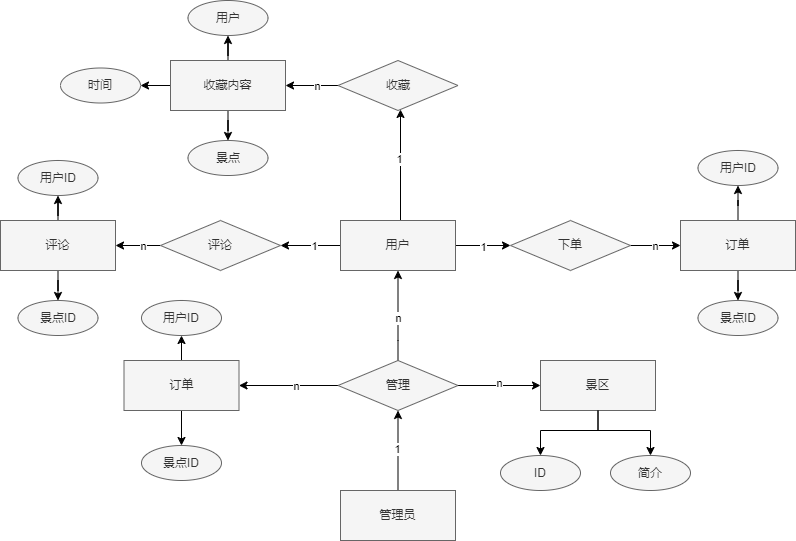
ren9901/tourism-j2ee-wx keeps this draw.io diagram as sql/系统er图.drawio.png. Above is the earlier version. Source tidied: cells renumbered, new cells last; positions are measured from the earlier drawing's top-left corner, leaving out a move shared by most shapes. Its diagram source:
```xml
<mxGraphModel>
  <root>
    <mxCell id="0" />
    <mxCell id="1" parent="0" />
    <mxCell id="2" style="edgeStyle=orthogonalEdgeStyle;rounded=0;jettySize=auto;html=1;" parent="1" edge="1" source="8" target="21">
      <mxGeometry relative="1" as="geometry" />
    </mxCell>
    <mxCell id="3" value="1" style="edgeLabel;html=1;align=center;verticalAlign=middle;" parent="2" vertex="1">
      <mxGeometry x="-0.1" y="3" relative="1" as="geometry">
        <mxPoint y="-3" as="offset" />
      </mxGeometry>
    </mxCell>
    <mxCell id="4" style="edgeStyle=orthogonalEdgeStyle;rounded=0;jettySize=auto;html=1;" parent="1" edge="1" source="8" target="29">
      <mxGeometry relative="1" as="geometry">
        <Array as="points">
          <mxPoint x="400" y="160" />
          <mxPoint x="400" y="160" />
        </Array>
      </mxGeometry>
    </mxCell>
    <mxCell id="5" value="1" style="edgeLabel;html=1;align=center;verticalAlign=middle;" parent="4" vertex="1">
      <mxGeometry x="0.08" y="-3" relative="1" as="geometry">
        <mxPoint x="-5" y="-2" as="offset" />
      </mxGeometry>
    </mxCell>
    <mxCell id="6" style="edgeStyle=orthogonalEdgeStyle;rounded=0;jettySize=auto;html=1;" parent="1" edge="1" source="8" target="39">
      <mxGeometry relative="1" as="geometry" />
    </mxCell>
    <mxCell id="7" value="1" style="edgeLabel;html=1;align=center;verticalAlign=middle;" parent="6" vertex="1">
      <mxGeometry x="-0.02" y="-1" relative="1" as="geometry" />
    </mxCell>
    <mxCell id="8" value="用户" style="rounded=0;whiteSpace=wrap;html=1;fillColor=#f5f5f5;fontColor=#333333;strokeColor=#666666;" parent="1" vertex="1">
      <mxGeometry x="340" y="220" width="115" height="50" as="geometry" />
    </mxCell>
    <mxCell id="9" style="edgeStyle=orthogonalEdgeStyle;rounded=0;jettySize=auto;html=1;" parent="1" edge="1" source="11" target="18">
      <mxGeometry relative="1" as="geometry" />
    </mxCell>
    <mxCell id="10" value="1" style="edgeLabel;html=1;align=center;verticalAlign=middle;" parent="9" vertex="1">
      <mxGeometry x="0.04" y="2" relative="1" as="geometry">
        <mxPoint x="1" as="offset" />
      </mxGeometry>
    </mxCell>
    <mxCell id="11" value="管理员" style="rounded=0;whiteSpace=wrap;html=1;fillColor=#f5f5f5;fontColor=#333333;strokeColor=#666666;" parent="1" vertex="1">
      <mxGeometry x="340" y="490" width="115" height="50" as="geometry" />
    </mxCell>
    <mxCell id="12" style="edgeStyle=orthogonalEdgeStyle;rounded=0;jettySize=auto;html=1;" parent="1" edge="1" source="18" target="8">
      <mxGeometry relative="1" as="geometry">
        <Array as="points">
          <mxPoint x="398" y="340" />
          <mxPoint x="398" y="340" />
        </Array>
      </mxGeometry>
    </mxCell>
    <mxCell id="13" value="n" style="edgeLabel;html=1;align=center;verticalAlign=middle;" parent="12" vertex="1">
      <mxGeometry x="-0.05" y="-1" relative="1" as="geometry">
        <mxPoint x="-1" as="offset" />
      </mxGeometry>
    </mxCell>
    <mxCell id="14" style="edgeStyle=orthogonalEdgeStyle;rounded=0;jettySize=auto;html=1;" parent="1" edge="1" source="18" target="46">
      <mxGeometry relative="1" as="geometry" />
    </mxCell>
    <mxCell id="15" value="n" style="edgeLabel;html=1;align=center;verticalAlign=middle;" parent="14" vertex="1">
      <mxGeometry x="-0.02" y="3" relative="1" as="geometry">
        <mxPoint x="1" as="offset" />
      </mxGeometry>
    </mxCell>
    <mxCell id="16" style="edgeStyle=orthogonalEdgeStyle;rounded=0;jettySize=auto;html=1;" parent="1" edge="1" source="18" target="52">
      <mxGeometry relative="1" as="geometry" />
    </mxCell>
    <mxCell id="17" value="n" style="edgeLabel;html=1;align=center;verticalAlign=middle;" parent="16" vertex="1">
      <mxGeometry x="-0.14" relative="1" as="geometry">
        <mxPoint x="1" as="offset" />
      </mxGeometry>
    </mxCell>
    <mxCell id="18" value="管理" style="rhombus;whiteSpace=wrap;html=1;fillColor=#f5f5f5;fontColor=#333333;strokeColor=#666666;" parent="1" vertex="1">
      <mxGeometry x="337.5" y="360" width="120" height="50" as="geometry" />
    </mxCell>
    <mxCell id="19" style="edgeStyle=orthogonalEdgeStyle;rounded=0;jettySize=auto;html=1;entryX=1;entryY=0.5;entryDx=0;entryDy=0;" parent="1" edge="1" source="21" target="24">
      <mxGeometry relative="1" as="geometry" />
    </mxCell>
    <mxCell id="20" value="n" style="edgeLabel;html=1;align=center;verticalAlign=middle;" parent="19" vertex="1">
      <mxGeometry x="-0.2" relative="1" as="geometry" />
    </mxCell>
    <mxCell id="21" value="评论" style="rhombus;whiteSpace=wrap;html=1;fillColor=#f5f5f5;fontColor=#333333;strokeColor=#666666;" parent="1" vertex="1">
      <mxGeometry x="160" y="220" width="120" height="50" as="geometry" />
    </mxCell>
    <mxCell id="22" style="edgeStyle=orthogonalEdgeStyle;rounded=0;jettySize=auto;html=1;" parent="1" edge="1" source="24" target="25">
      <mxGeometry relative="1" as="geometry" />
    </mxCell>
    <mxCell id="23" style="edgeStyle=orthogonalEdgeStyle;rounded=0;jettySize=auto;html=1;" parent="1" edge="1" source="24" target="26">
      <mxGeometry relative="1" as="geometry" />
    </mxCell>
    <mxCell id="24" value="评论" style="rounded=0;whiteSpace=wrap;html=1;fillColor=#f5f5f5;fontColor=#333333;strokeColor=#666666;" parent="1" vertex="1">
      <mxGeometry y="220" width="115" height="50" as="geometry" />
    </mxCell>
    <mxCell id="25" value="用户ID" style="ellipse;whiteSpace=wrap;html=1;fillColor=#f5f5f5;strokeColor=#666666;fontColor=#333333;rounded=0;" parent="1" vertex="1">
      <mxGeometry x="17.5" y="160" width="80" height="35" as="geometry" />
    </mxCell>
    <mxCell id="26" value="景点ID" style="ellipse;whiteSpace=wrap;html=1;fillColor=#f5f5f5;strokeColor=#666666;fontColor=#333333;rounded=0;" parent="1" vertex="1">
      <mxGeometry x="17.5" y="300" width="80" height="35" as="geometry" />
    </mxCell>
    <mxCell id="27" style="edgeStyle=orthogonalEdgeStyle;rounded=0;jettySize=auto;html=1;entryX=1;entryY=0.5;entryDx=0;entryDy=0;" parent="1" edge="1" source="29" target="33">
      <mxGeometry relative="1" as="geometry" />
    </mxCell>
    <mxCell id="28" value="n" style="edgeLabel;html=1;align=center;verticalAlign=middle;" parent="27" vertex="1">
      <mxGeometry x="-0.2" relative="1" as="geometry" />
    </mxCell>
    <mxCell id="29" value="收藏" style="rhombus;whiteSpace=wrap;html=1;fillColor=#f5f5f5;fontColor=#333333;strokeColor=#666666;" parent="1" vertex="1">
      <mxGeometry x="337.5" y="60" width="120" height="50" as="geometry" />
    </mxCell>
    <mxCell id="30" style="edgeStyle=orthogonalEdgeStyle;rounded=0;jettySize=auto;html=1;" parent="1" edge="1" source="33" target="34">
      <mxGeometry relative="1" as="geometry" />
    </mxCell>
    <mxCell id="31" style="edgeStyle=orthogonalEdgeStyle;rounded=0;jettySize=auto;html=1;" parent="1" edge="1" source="33" target="35">
      <mxGeometry relative="1" as="geometry" />
    </mxCell>
    <mxCell id="32" style="edgeStyle=orthogonalEdgeStyle;rounded=0;jettySize=auto;html=1;" parent="1" edge="1" source="33" target="36">
      <mxGeometry relative="1" as="geometry" />
    </mxCell>
    <mxCell id="33" value="收藏内容" style="rounded=0;whiteSpace=wrap;html=1;fillColor=#f5f5f5;fontColor=#333333;strokeColor=#666666;" parent="1" vertex="1">
      <mxGeometry x="170" y="60" width="115" height="50" as="geometry" />
    </mxCell>
    <mxCell id="34" value="用户" style="ellipse;whiteSpace=wrap;html=1;fillColor=#f5f5f5;strokeColor=#666666;fontColor=#333333;rounded=0;" parent="1" vertex="1">
      <mxGeometry x="187.5" width="80" height="35" as="geometry" />
    </mxCell>
    <mxCell id="35" value="景点" style="ellipse;whiteSpace=wrap;html=1;fillColor=#f5f5f5;strokeColor=#666666;fontColor=#333333;rounded=0;" parent="1" vertex="1">
      <mxGeometry x="187.5" y="140" width="80" height="35" as="geometry" />
    </mxCell>
    <mxCell id="36" value="时间" style="ellipse;whiteSpace=wrap;html=1;fillColor=#f5f5f5;strokeColor=#666666;fontColor=#333333;rounded=0;" parent="1" vertex="1">
      <mxGeometry x="60" y="67.5" width="80" height="35" as="geometry" />
    </mxCell>
    <mxCell id="37" style="edgeStyle=orthogonalEdgeStyle;rounded=0;jettySize=auto;html=1;" parent="1" edge="1" source="39" target="42">
      <mxGeometry relative="1" as="geometry" />
    </mxCell>
    <mxCell id="38" value="n" style="edgeLabel;html=1;align=center;verticalAlign=middle;" parent="37" vertex="1">
      <mxGeometry x="-0.05" relative="1" as="geometry" />
    </mxCell>
    <mxCell id="39" value="下单" style="rhombus;whiteSpace=wrap;html=1;fillColor=#f5f5f5;fontColor=#333333;strokeColor=#666666;" parent="1" vertex="1">
      <mxGeometry x="510" y="220" width="120" height="50" as="geometry" />
    </mxCell>
    <mxCell id="40" style="edgeStyle=orthogonalEdgeStyle;rounded=0;jettySize=auto;html=1;" parent="1" edge="1" source="42" target="43">
      <mxGeometry relative="1" as="geometry" />
    </mxCell>
    <mxCell id="41" style="edgeStyle=orthogonalEdgeStyle;rounded=0;jettySize=auto;html=1;" parent="1" edge="1" source="42" target="44">
      <mxGeometry relative="1" as="geometry" />
    </mxCell>
    <mxCell id="42" value="订单" style="rounded=0;whiteSpace=wrap;html=1;fillColor=#f5f5f5;fontColor=#333333;strokeColor=#666666;" parent="1" vertex="1">
      <mxGeometry x="680" y="220" width="115" height="50" as="geometry" />
    </mxCell>
    <mxCell id="43" value="用户ID" style="ellipse;whiteSpace=wrap;html=1;fillColor=#f5f5f5;strokeColor=#666666;fontColor=#333333;rounded=0;" parent="1" vertex="1">
      <mxGeometry x="697.5" y="150" width="80" height="35" as="geometry" />
    </mxCell>
    <mxCell id="44" value="景点ID" style="ellipse;whiteSpace=wrap;html=1;fillColor=#f5f5f5;strokeColor=#666666;fontColor=#333333;rounded=0;" parent="1" vertex="1">
      <mxGeometry x="697.5" y="300" width="80" height="35" as="geometry" />
    </mxCell>
    <mxCell id="45" style="edgeStyle=orthogonalEdgeStyle;rounded=0;jettySize=auto;html=1;entryX=0.5;entryY=0;entryDx=0;entryDy=0;" parent="1" edge="1" source="46" target="47">
      <mxGeometry relative="1" as="geometry">
        <Array as="points">
          <mxPoint x="598" y="430" />
          <mxPoint x="540" y="430" />
        </Array>
      </mxGeometry>
    </mxCell>
    <mxCell id="46" value="景区" style="rounded=0;whiteSpace=wrap;html=1;fillColor=#f5f5f5;fontColor=#333333;strokeColor=#666666;" parent="1" vertex="1">
      <mxGeometry x="540" y="360" width="115" height="50" as="geometry" />
    </mxCell>
    <mxCell id="47" value="ID" style="ellipse;whiteSpace=wrap;html=1;fillColor=#f5f5f5;strokeColor=#666666;fontColor=#333333;rounded=0;" parent="1" vertex="1">
      <mxGeometry x="500" y="455" width="80" height="35" as="geometry" />
    </mxCell>
    <mxCell id="48" value="简介" style="ellipse;whiteSpace=wrap;html=1;fillColor=#f5f5f5;strokeColor=#666666;fontColor=#333333;rounded=0;" parent="1" vertex="1">
      <mxGeometry x="610" y="455" width="80" height="35" as="geometry" />
    </mxCell>
    <mxCell id="49" style="edgeStyle=orthogonalEdgeStyle;rounded=0;jettySize=auto;html=1;entryX=0.5;entryY=0;entryDx=0;entryDy=0;exitX=0.5;exitY=1;exitDx=0;exitDy=0;" parent="1" edge="1" source="46" target="48">
      <mxGeometry relative="1" as="geometry">
        <Array as="points">
          <mxPoint x="598" y="430" />
          <mxPoint x="650" y="430" />
        </Array>
      </mxGeometry>
    </mxCell>
    <mxCell id="50" style="edgeStyle=orthogonalEdgeStyle;rounded=0;jettySize=auto;html=1;" parent="1" edge="1" source="52" target="53">
      <mxGeometry relative="1" as="geometry" />
    </mxCell>
    <mxCell id="51" style="edgeStyle=orthogonalEdgeStyle;rounded=0;jettySize=auto;html=1;" parent="1" edge="1" source="52" target="54">
      <mxGeometry relative="1" as="geometry" />
    </mxCell>
    <mxCell id="52" value="订单" style="rounded=0;whiteSpace=wrap;html=1;fillColor=#f5f5f5;fontColor=#333333;strokeColor=#666666;" parent="1" vertex="1">
      <mxGeometry x="123.5" y="360" width="115" height="50" as="geometry" />
    </mxCell>
    <mxCell id="53" value="用户ID" style="ellipse;whiteSpace=wrap;html=1;fillColor=#f5f5f5;strokeColor=#666666;fontColor=#333333;rounded=0;" parent="1" vertex="1">
      <mxGeometry x="141" y="300" width="80" height="35" as="geometry" />
    </mxCell>
    <mxCell id="54" value="景点ID" style="ellipse;whiteSpace=wrap;html=1;fillColor=#f5f5f5;strokeColor=#666666;fontColor=#333333;rounded=0;" parent="1" vertex="1">
      <mxGeometry x="141" y="445" width="80" height="35" as="geometry" />
    </mxCell>
  </root>
</mxGraphModel>
```
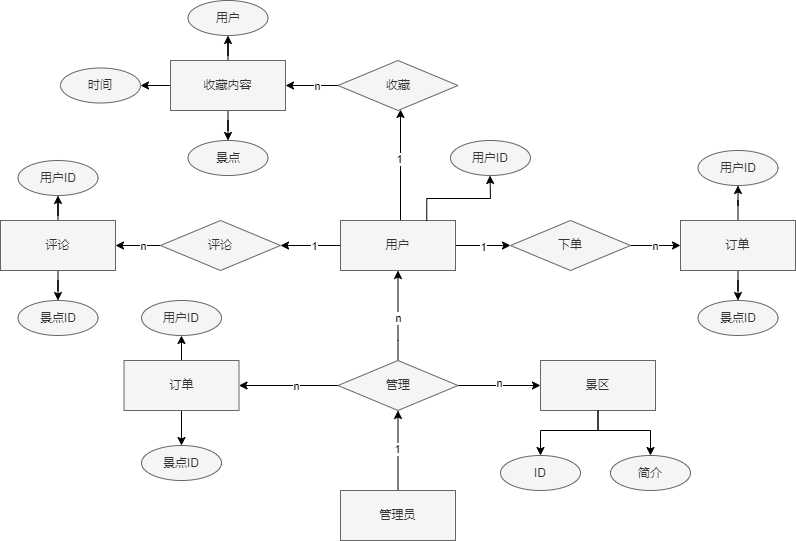
Above is the later version.

Change to the diagram source:
```diff
@@ -193,5 +193,13 @@
     <mxCell id="54" value="景点ID" style="ellipse;whiteSpace=wrap;html=1;fillColor=#f5f5f5;strokeColor=#666666;fontColor=#333333;rounded=0;" parent="1" vertex="1">
       <mxGeometry x="141" y="445" width="80" height="35" as="geometry" />
     </mxCell>
+    <mxCell id="55" value="用户ID" style="ellipse;whiteSpace=wrap;html=1;fillColor=#f5f5f5;strokeColor=#666666;fontColor=#333333;rounded=0;" parent="1" vertex="1">
+      <mxGeometry x="450" y="140" width="80" height="35" as="geometry" />
+    </mxCell>
+    <mxCell id="56" style="edgeStyle=orthogonalEdgeStyle;rounded=0;jettySize=auto;html=1;exitX=0.75;exitY=0;exitDx=0;exitDy=0;" parent="1" edge="1" source="8">
+      <mxGeometry relative="1" as="geometry">
+        <mxPoint x="489.5" y="175" as="targetPoint" />
+      </mxGeometry>
+    </mxCell>
   </root>
 </mxGraphModel>
```
